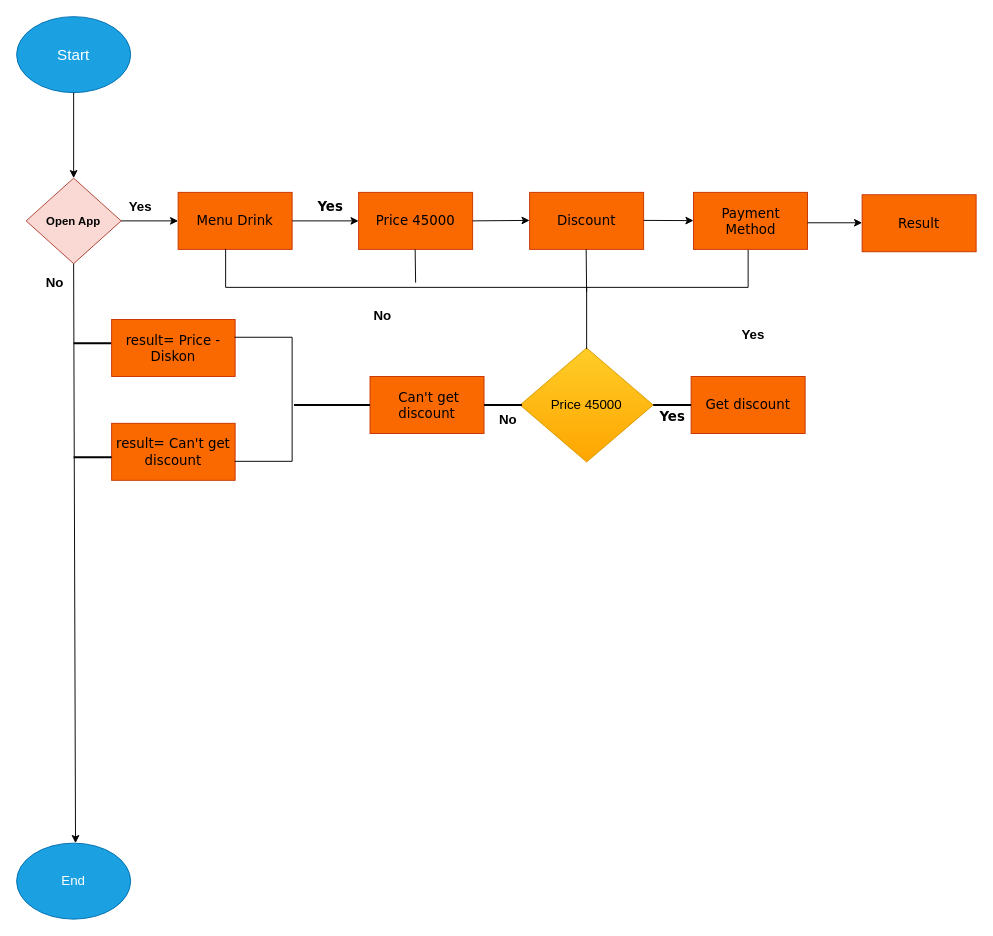
This is flowchart.drawio from evikristina/-evi_kristina-order_minuman_online_app, a draw.io file, before an edit. Source tidied: cells renumbered, new cells numbered last; positions are measured from the earlier drawing's top-left corner, leaving out a move shared by most shapes. Both pictures are drawn from the tidied source at 95%, with x=0, y=0 at pixel (16, 16).
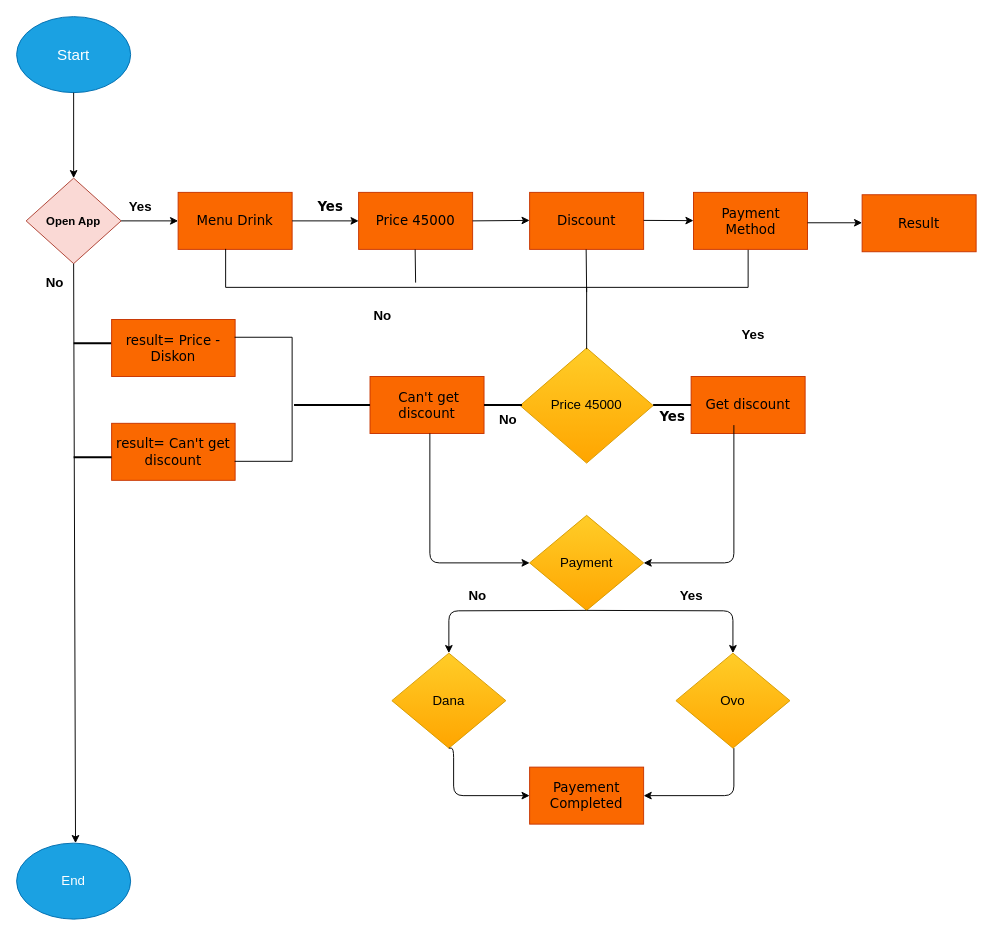
The same page after the edit.

Commit message:
add flowchart for simple app

Diff of the diagram source:
```diff
@@
     <mxCell id="12" value="Price 45000" style="rhombus;whiteSpace=wrap;html=1;fontSize=14;fillColor=#ffcd28;strokeColor=#d79b00;gradientColor=#ffa500;" parent="1" vertex="1">
-      <mxGeometry x="530" y="348.8" width="140" height="120" as="geometry" />
+      <mxGeometry x="530" y="348.8" width="140" height="121.2" as="geometry" />
     </mxCell>
@@
+    <mxCell id="41" value="Payment" style="rhombus;whiteSpace=wrap;html=1;fontSize=14;fillColor=#ffcd28;strokeColor=#d79b00;gradientColor=#ffa500;" parent="1" vertex="1">
+      <mxGeometry x="540" y="525" width="120" height="100" as="geometry" />
+    </mxCell>
+    <mxCell id="42" value="Dana" style="rhombus;whiteSpace=wrap;html=1;fontSize=14;fillColor=#ffcd28;strokeColor=#d79b00;gradientColor=#ffa500;" parent="1" vertex="1">
+      <mxGeometry x="395" y="670" width="120" height="100" as="geometry" />
+    </mxCell>
+    <mxCell id="43" value="Payement Completed" style="rounded=0;whiteSpace=wrap;html=1;fontFamily=Verdana;fontSize=14;fillColor=#fa6800;strokeColor=#C73500;fontColor=#000000;" parent="1" vertex="1">
+      <mxGeometry x="540" y="790" width="120" height="60" as="geometry" />
+    </mxCell>
+    <mxCell id="44" value="Ovo" style="rhombus;whiteSpace=wrap;html=1;fontSize=14;fillColor=#ffcd28;strokeColor=#d79b00;gradientColor=#ffa500;" parent="1" vertex="1">
+      <mxGeometry x="694" y="670" width="120" height="100" as="geometry" />
+    </mxCell>
+    <mxCell id="45" style="edgeStyle=orthogonalEdgeStyle;endArrow=classic;html=1;fontSize=14;" parent="1" edge="1" target="44">
+      <mxGeometry relative="1" as="geometry">
+        <mxPoint x="600" y="625" as="sourcePoint" />
+      </mxGeometry>
+    </mxCell>
+    <mxCell id="46" style="edgeStyle=orthogonalEdgeStyle;endArrow=classic;html=1;fontSize=14;entryX=0.5;entryY=0;entryDx=0;entryDy=0;" parent="1" edge="1" target="42">
+      <mxGeometry relative="1" as="geometry">
+        <mxPoint x="600" y="625" as="sourcePoint" />
+      </mxGeometry>
+    </mxCell>
+    <mxCell id="47" style="edgeStyle=elbowEdgeStyle;elbow=horizontal;endArrow=classic;html=1;fontSize=14;entryX=1;entryY=0.5;entryDx=0;entryDy=0;" parent="1" edge="1" target="43">
+      <mxGeometry relative="1" as="geometry">
+        <mxPoint x="755" y="770" as="sourcePoint" />
+        <Array as="points">
+          <mxPoint x="755" y="950" />
+        </Array>
+      </mxGeometry>
+    </mxCell>
+    <mxCell id="48" value="&lt;b&gt;Yes&lt;/b&gt;" style="text;html=1;align=center;verticalAlign=middle;strokeColor=none;fillColor=none;fontSize=14;" parent="1" vertex="1">
+      <mxGeometry x="690" y="600" width="40" height="20" as="geometry" />
+    </mxCell>
+    <mxCell id="49" value="&lt;b&gt;No&lt;/b&gt;" style="text;html=1;align=center;verticalAlign=middle;strokeColor=none;fillColor=none;fontSize=14;" parent="1" vertex="1">
+      <mxGeometry x="470" y="600" width="30" height="20" as="geometry" />
+    </mxCell>
+    <mxCell id="50" style="edgeStyle=elbowEdgeStyle;elbow=horizontal;endArrow=classic;html=1;fontSize=14;entryX=0;entryY=0.5;entryDx=0;entryDy=0;exitX=0.5;exitY=1;exitDx=0;exitDy=0;" parent="1" edge="1" source="42" target="43">
+      <mxGeometry relative="1" as="geometry">
+        <Array as="points">
+          <mxPoint x="460" y="825" />
+        </Array>
+      </mxGeometry>
+    </mxCell>
+    <mxCell id="51" style="edgeStyle=elbowEdgeStyle;elbow=horizontal;endArrow=classic;html=1;fontSize=14;entryX=1;entryY=0.5;entryDx=0;entryDy=0;" parent="1" edge="1">
+      <mxGeometry relative="1" as="geometry">
+        <mxPoint x="755" y="430" as="sourcePoint" />
+        <mxPoint x="660" y="575" as="targetPoint" />
+        <Array as="points">
+          <mxPoint x="755" y="705" />
+        </Array>
+      </mxGeometry>
+    </mxCell>
+    <mxCell id="52" style="edgeStyle=elbowEdgeStyle;elbow=horizontal;endArrow=classic;html=1;fontSize=14;entryX=0;entryY=0.5;entryDx=0;entryDy=0;" parent="1" edge="1" target="41">
+      <mxGeometry relative="1" as="geometry">
+        <mxPoint x="435" y="438.8" as="sourcePoint" />
+        <Array as="points">
+          <mxPoint x="435" y="543.8" />
+        </Array>
+      </mxGeometry>
+    </mxCell>
```
